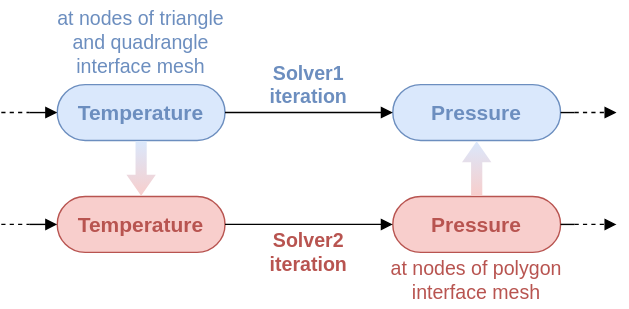
Before: doc/sphinx/source/new_cwipi/images/schema_basic_coupling.svg, a diagram exported from draw.io (onera/cwipi). Source tidied: cells renumbered, new cells last; positions are measured from the earlier drawing's top-left corner, leaving out a move shared by most shapes.
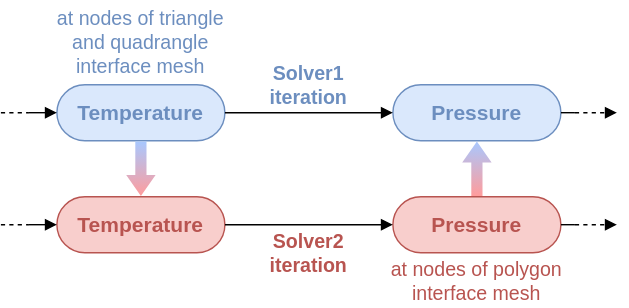
The same file after the commit.

Commit message:
[Doc] fix typos in schemas

What changed in the source:
```diff
@@ -2,82 +2,82 @@
   <root>
     <mxCell id="0" />
     <mxCell id="1" parent="0" />
-    <mxCell id="2" value="Temperature" style="rounded=1;whiteSpace=wrap;html=1;arcSize=50;fillColor=#DAE8FC;strokeColor=#6C8EBF;fontSize=15;fontStyle=1;verticalAlign=middle;fontColor=#6C8EBF;" parent="1" vertex="1">
+    <mxCell id="2" value="Temperature" style="rounded=1;whiteSpace=wrap;html=1;arcSize=50;fillColor=#DAE8FC;strokeColor=#6C8EBF;fontSize=15;fontStyle=1;verticalAlign=middle;fontColor=#6C8EBF;fontFamily=Helvetica;" parent="1" vertex="1">
       <mxGeometry x="40" y="60" width="120" height="40" as="geometry" />
     </mxCell>
-    <mxCell id="3" value="Pressure" style="rounded=1;whiteSpace=wrap;html=1;arcSize=50;fillColor=#dae8fc;strokeColor=#6c8ebf;fontSize=15;fontStyle=1;fontColor=#6C8EBF;" parent="1" vertex="1">
+    <mxCell id="3" value="Pressure" style="rounded=1;whiteSpace=wrap;html=1;arcSize=50;fillColor=#dae8fc;strokeColor=#6c8ebf;fontSize=15;fontStyle=1;fontColor=#6C8EBF;fontFamily=Helvetica;" parent="1" vertex="1">
       <mxGeometry x="280" y="60" width="120" height="40" as="geometry" />
     </mxCell>
-    <mxCell id="4" value="Temperature" style="rounded=1;whiteSpace=wrap;html=1;arcSize=50;fillColor=#F8CECC;strokeColor=#B85450;fontSize=15;fontStyle=1;fontColor=#B85450;" parent="1" vertex="1">
+    <mxCell id="4" value="Temperature" style="rounded=1;whiteSpace=wrap;html=1;arcSize=50;fillColor=#F8CECC;strokeColor=#B85450;fontSize=15;fontStyle=1;fontColor=#B85450;fontFamily=Helvetica;" parent="1" vertex="1">
       <mxGeometry x="40" y="140" width="120" height="40" as="geometry" />
     </mxCell>
-    <mxCell id="5" value="Pressure" style="rounded=1;whiteSpace=wrap;html=1;arcSize=50;fillColor=#f8cecc;strokeColor=#b85450;fontSize=15;fontStyle=1;fontColor=#B85450;" parent="1" vertex="1">
+    <mxCell id="5" value="Pressure" style="rounded=1;whiteSpace=wrap;html=1;arcSize=50;fillColor=#f8cecc;strokeColor=#b85450;fontSize=15;fontStyle=1;fontColor=#B85450;fontFamily=Helvetica;" parent="1" vertex="1">
       <mxGeometry x="280" y="140" width="120" height="40" as="geometry" />
     </mxCell>
-    <mxCell id="6" style="endArrow=block;html=1;rounded=0;entryX=0;entryY=0.5;entryDx=0;entryDy=0;endFill=1;" parent="1" edge="1" target="2">
+    <mxCell id="6" style="endArrow=block;html=1;rounded=0;entryX=0;entryY=0.5;entryDx=0;entryDy=0;endFill=1;fontFamily=Helvetica;" parent="1" edge="1" target="2">
       <mxGeometry relative="1" as="geometry">
         <mxPoint x="20" y="80" as="sourcePoint" />
       </mxGeometry>
     </mxCell>
-    <mxCell id="7" style="endArrow=block;html=1;rounded=0;entryX=0;entryY=0.5;entryDx=0;entryDy=0;exitX=1;exitY=0.5;exitDx=0;exitDy=0;endFill=1;" parent="1" edge="1" source="2" target="3">
+    <mxCell id="7" style="endArrow=block;html=1;rounded=0;entryX=0;entryY=0.5;entryDx=0;entryDy=0;exitX=1;exitY=0.5;exitDx=0;exitDy=0;endFill=1;fontFamily=Helvetica;" parent="1" edge="1" source="2" target="3">
       <mxGeometry relative="1" as="geometry" />
     </mxCell>
-    <mxCell id="8" style="endArrow=block;html=1;rounded=0;entryX=0;entryY=0.5;entryDx=0;entryDy=0;exitX=1;exitY=0.5;exitDx=0;exitDy=0;endFill=1;" parent="1" edge="1" source="4" target="5">
+    <mxCell id="8" style="endArrow=block;html=1;rounded=0;entryX=0;entryY=0.5;entryDx=0;entryDy=0;exitX=1;exitY=0.5;exitDx=0;exitDy=0;endFill=1;fontFamily=Helvetica;" parent="1" edge="1" source="4" target="5">
       <mxGeometry relative="1" as="geometry" />
     </mxCell>
-    <mxCell id="9" style="shape=flexArrow;endArrow=classic;html=1;rounded=0;exitX=0.5;exitY=1;exitDx=0;exitDy=0;endWidth=12;endSize=4.67;width=8;fillColor=#DAE8FC;strokeColor=none;gradientColor=#F8CECC;shadow=0;" parent="1" edge="1" source="2" target="4">
+    <mxCell id="9" style="shape=flexArrow;endArrow=classic;html=1;rounded=0;exitX=0.5;exitY=1;exitDx=0;exitDy=0;endWidth=12;endSize=4.67;width=8;fillColor=#A8C8FF;strokeColor=none;gradientColor=#FF9C9C;shadow=0;fontFamily=Helvetica;" parent="1" edge="1" source="2" target="4">
       <mxGeometry relative="1" as="geometry" />
     </mxCell>
-    <mxCell id="10" style="endArrow=none;dashed=1;html=1;rounded=0;fontSize=11;" parent="1" edge="1">
+    <mxCell id="10" style="endArrow=none;dashed=1;html=1;rounded=0;fontSize=11;fontFamily=Helvetica;" parent="1" edge="1">
       <mxGeometry relative="1" as="geometry">
         <mxPoint y="80" as="sourcePoint" />
         <mxPoint x="20" y="80" as="targetPoint" />
       </mxGeometry>
     </mxCell>
-    <mxCell id="11" value="Solver1 iteration" style="text;html=1;align=center;verticalAlign=middle;whiteSpace=wrap;rounded=0;fontSize=14;fontColor=#6C8EBF;fontStyle=1;" parent="1" vertex="1">
+    <mxCell id="11" value="Solver1 iteration" style="text;html=1;align=center;verticalAlign=middle;whiteSpace=wrap;rounded=0;fontSize=14;fontColor=#6C8EBF;fontStyle=1;fontFamily=Helvetica;" parent="1" vertex="1">
       <mxGeometry x="180" y="40" width="80" height="40" as="geometry" />
     </mxCell>
-    <mxCell id="12" value="Solver2 iteration" style="text;html=1;align=center;verticalAlign=middle;whiteSpace=wrap;rounded=0;fontSize=14;fontColor=#B85450;fontStyle=1;" parent="1" vertex="1">
+    <mxCell id="12" value="Solver2 iteration" style="text;html=1;align=center;verticalAlign=middle;whiteSpace=wrap;rounded=0;fontSize=14;fontColor=#B85450;fontStyle=1;fontFamily=Helvetica;" parent="1" vertex="1">
       <mxGeometry x="180" y="160" width="80" height="40" as="geometry" />
     </mxCell>
-    <mxCell id="13" value="at nodes of triangle and quadrangle interface mesh" style="text;html=1;strokeColor=none;fillColor=none;align=center;verticalAlign=middle;whiteSpace=wrap;rounded=0;fontSize=14;fontColor=#6C8EBF;" parent="1" vertex="1">
+    <mxCell id="13" value="at nodes of triangle and quadrangle interface mesh" style="text;html=1;strokeColor=none;fillColor=none;align=center;verticalAlign=middle;whiteSpace=wrap;rounded=0;fontSize=14;fontColor=#6C8EBF;fontFamily=Helvetica;" parent="1" vertex="1">
       <mxGeometry x="30" width="140" height="60" as="geometry" />
     </mxCell>
-    <mxCell id="14" value="at nodes of polygon interface mesh" style="text;html=1;strokeColor=none;fillColor=none;align=center;verticalAlign=middle;whiteSpace=wrap;rounded=0;fontSize=14;fontColor=#B85450;" parent="1" vertex="1">
+    <mxCell id="14" value="at nodes of polygon interface mesh" style="text;html=1;strokeColor=none;fillColor=none;align=center;verticalAlign=middle;whiteSpace=wrap;rounded=0;fontSize=14;fontColor=#B85450;fontFamily=Helvetica;" parent="1" vertex="1">
       <mxGeometry x="270" y="180" width="140" height="40" as="geometry" />
     </mxCell>
-    <mxCell id="15" style="shape=flexArrow;endArrow=classic;html=1;rounded=0;exitX=0.5;exitY=0;exitDx=0;exitDy=0;endWidth=12;endSize=4.67;width=8;fillColor=#DAE8FC;strokeColor=none;gradientColor=#F8CECC;entryX=0.5;entryY=1;entryDx=0;entryDy=0;" parent="1" edge="1" source="5" target="3">
+    <mxCell id="15" style="shape=flexArrow;endArrow=classic;html=1;rounded=0;exitX=0.5;exitY=0;exitDx=0;exitDy=0;endWidth=12;endSize=4.67;width=8;fillColor=#A8C8FF;strokeColor=none;gradientColor=#FF9C9C;entryX=0.5;entryY=1;entryDx=0;entryDy=0;fontFamily=Helvetica;" parent="1" edge="1" source="5" target="3">
       <mxGeometry relative="1" as="geometry" />
     </mxCell>
-    <mxCell id="16" style="endArrow=block;html=1;rounded=0;entryX=0;entryY=0.5;entryDx=0;entryDy=0;endFill=1;" parent="1" edge="1" target="4">
+    <mxCell id="16" style="endArrow=block;html=1;rounded=0;entryX=0;entryY=0.5;entryDx=0;entryDy=0;endFill=1;fontFamily=Helvetica;" parent="1" edge="1" target="4">
       <mxGeometry relative="1" as="geometry">
         <mxPoint x="20" y="160" as="sourcePoint" />
       </mxGeometry>
     </mxCell>
-    <mxCell id="17" style="endArrow=none;dashed=1;html=1;rounded=0;fontSize=11;" parent="1" edge="1">
+    <mxCell id="17" style="endArrow=none;dashed=1;html=1;rounded=0;fontSize=11;fontFamily=Helvetica;" parent="1" edge="1">
       <mxGeometry relative="1" as="geometry">
         <mxPoint y="160" as="sourcePoint" />
         <mxPoint x="20" y="160" as="targetPoint" />
       </mxGeometry>
     </mxCell>
-    <mxCell id="18" style="endArrow=block;html=1;rounded=0;endFill=1;dashed=1;" parent="1" edge="1">
+    <mxCell id="18" style="endArrow=block;html=1;rounded=0;endFill=1;dashed=1;fontFamily=Helvetica;" parent="1" edge="1">
       <mxGeometry relative="1" as="geometry">
         <mxPoint x="410" y="80" as="sourcePoint" />
         <mxPoint x="440" y="80" as="targetPoint" />
       </mxGeometry>
     </mxCell>
-    <mxCell id="19" style="endArrow=none;html=1;rounded=0;fontSize=11;exitX=1;exitY=0.5;exitDx=0;exitDy=0;" parent="1" edge="1" source="3">
+    <mxCell id="19" style="endArrow=none;html=1;rounded=0;fontSize=11;exitX=1;exitY=0.5;exitDx=0;exitDy=0;fontFamily=Helvetica;" parent="1" edge="1" source="3">
       <mxGeometry relative="1" as="geometry">
         <mxPoint x="410" y="80" as="targetPoint" />
       </mxGeometry>
     </mxCell>
-    <mxCell id="20" style="endArrow=block;html=1;rounded=0;endFill=1;dashed=1;" parent="1" edge="1">
+    <mxCell id="20" style="endArrow=block;html=1;rounded=0;endFill=1;dashed=1;fontFamily=Helvetica;" parent="1" edge="1">
       <mxGeometry relative="1" as="geometry">
         <mxPoint x="410" y="160" as="sourcePoint" />
         <mxPoint x="440" y="160" as="targetPoint" />
       </mxGeometry>
     </mxCell>
-    <mxCell id="21" style="endArrow=none;html=1;rounded=0;fontSize=11;exitX=1;exitY=0.5;exitDx=0;exitDy=0;" parent="1" edge="1" source="5">
+    <mxCell id="21" style="endArrow=none;html=1;rounded=0;fontSize=11;exitX=1;exitY=0.5;exitDx=0;exitDy=0;fontFamily=Helvetica;" parent="1" edge="1" source="5">
       <mxGeometry relative="1" as="geometry">
         <mxPoint x="410" y="160" as="targetPoint" />
       </mxGeometry>
```
